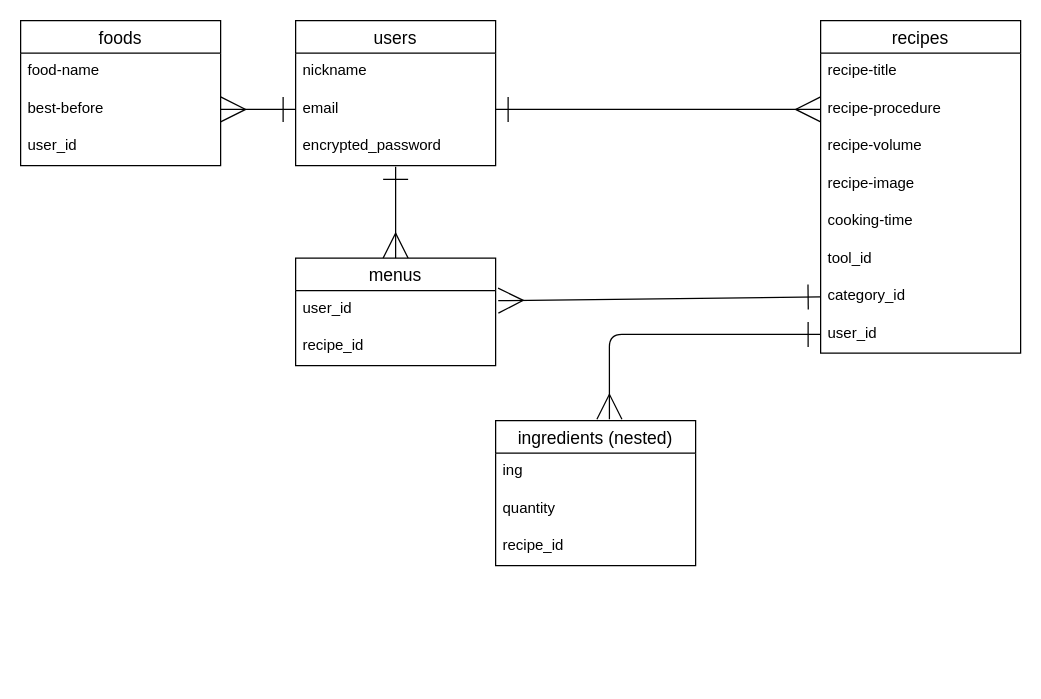
The draw.io diagram er.dio in mayumitanaka/original-app, before the edit. Source tidied: cells renumbered, new cells numbered last; positions are measured from the earlier drawing's top-left corner, leaving out a move shared by most shapes. Both pictures are drawn from the tidied source at 125%, with x=0, y=0 at pixel (20, 20).
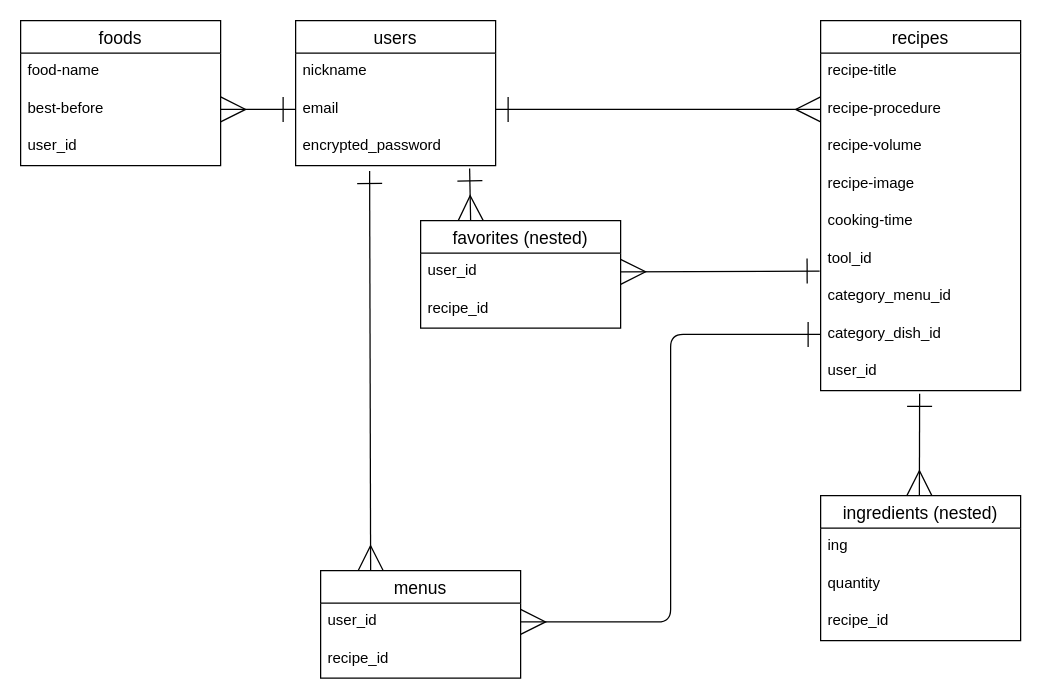
After the change.

Commit message (it also covers changes not shown here):
ER図、READMEの見直し

Unchanged cells that the change refers to:
```xml
<mxCell id="5" value="encrypted_password" style="text;strokeColor=none;fillColor=none;spacingLeft=4;spacingRight=4;overflow=hidden;points=[[0,0.5],[1,0.5]];portConstraint=eastwest;fontSize=12;" parent="2" vertex="1">
  <mxGeometry y="86" width="160" height="30" as="geometry" />
</mxCell>
<mxCell id="12" value="tool_id" style="text;strokeColor=none;fillColor=none;spacingLeft=4;spacingRight=4;overflow=hidden;points=[[0,0.5],[1,0.5]];portConstraint=eastwest;fontSize=12;" parent="6" vertex="1">
  <mxGeometry y="176" width="160" height="30" as="geometry" />
</mxCell>
<mxCell id="17" value="user_id" style="text;strokeColor=none;fillColor=none;spacingLeft=4;spacingRight=4;overflow=hidden;points=[[0,0.5],[1,0.5]];portConstraint=eastwest;fontSize=12;" parent="16" vertex="1">
  <mxGeometry y="26" width="160" height="30" as="geometry" />
</mxCell>
```

What changed in the source:
```diff
@@
     <mxCell id="6" value="recipes" style="swimlane;fontStyle=0;horizontal=1;startSize=26;align=center;fontSize=14;" parent="1" vertex="1">
-      <mxGeometry x="640" width="160" height="266" as="geometry" />
+      <mxGeometry x="640" width="160" height="296" as="geometry" />
     </mxCell>
@@
+    <mxCell id="31" value="category_menu_id" style="text;strokeColor=none;fillColor=none;spacingLeft=4;spacingRight=4;overflow=hidden;fontSize=12;" parent="6" vertex="1">
+      <mxGeometry y="206" width="160" height="30" as="geometry" />
+    </mxCell>
-    <mxCell id="13" value="category_id" style="text;strokeColor=none;fillColor=none;spacingLeft=4;spacingRight=4;overflow=hidden;points=[[0,0.5],[1,0.5]];portConstraint=eastwest;fontSize=12;" parent="6" vertex="1">
-      <mxGeometry y="206" width="160" height="30" as="geometry" />
+    <mxCell id="13" value="category_dish_id" style="text;strokeColor=none;fillColor=none;spacingLeft=4;spacingRight=4;overflow=hidden;points=[[0,0.5],[1,0.5]];portConstraint=eastwest;fontSize=12;" parent="6" vertex="1">
+      <mxGeometry y="236" width="160" height="30" as="geometry" />
     </mxCell>
     <mxCell id="14" value="user_id" style="text;strokeColor=none;fillColor=none;spacingLeft=4;spacingRight=4;overflow=hidden;points=[[0,0.5],[1,0.5]];portConstraint=eastwest;fontSize=12;" parent="6" vertex="1">
-      <mxGeometry y="236" width="160" height="30" as="geometry" />
+      <mxGeometry y="266" width="160" height="30" as="geometry" />
     </mxCell>
-    <mxCell id="15" style="edgeStyle=none;html=1;entryX=0.5;entryY=1.033;entryDx=0;entryDy=0;entryPerimeter=0;startArrow=ERmany;startFill=0;endArrow=ERone;endFill=0;startSize=18;endSize=18;" parent="1" edge="1" target="5">
-      <mxGeometry relative="1" as="geometry">
-        <mxPoint x="300" y="190" as="sourcePoint" />
-      </mxGeometry>
-    </mxCell>
+    <mxCell id="32" style="edgeStyle=none;html=1;exitX=0.25;exitY=0;exitDx=0;exitDy=0;entryX=0.37;entryY=1.144;entryDx=0;entryDy=0;entryPerimeter=0;startArrow=ERmany;startFill=0;endArrow=ERone;endFill=0;startSize=18;endSize=18;" parent="1" edge="1" source="16" target="5">
+      <mxGeometry relative="1" as="geometry" />
+    </mxCell>
     <mxCell id="16" value="menus" style="swimlane;fontStyle=0;horizontal=1;startSize=26;align=center;fontSize=14;" parent="1" vertex="1">
-      <mxGeometry x="220" y="190" width="160" height="86" as="geometry" />
+      <mxGeometry x="240" y="440" width="160" height="86" as="geometry" />
     </mxCell>
@@
     <mxCell id="25" value="ingredients (nested)" style="swimlane;fontStyle=0;horizontal=1;startSize=26;align=center;fontSize=14;" parent="1" vertex="1">
-      <mxGeometry x="380" y="320" width="160" height="116" as="geometry" />
+      <mxGeometry x="640" y="380" width="160" height="116" as="geometry" />
     </mxCell>
@@
-    <mxCell id="29" style="edgeStyle=none;html=1;exitX=0;exitY=0.5;exitDx=0;exitDy=0;entryX=0.569;entryY=-0.009;entryDx=0;entryDy=0;entryPerimeter=0;endArrow=ERmany;endFill=0;startArrow=ERone;startFill=0;endSize=18;startSize=18;" parent="1" edge="1" source="14" target="25">
-      <mxGeometry relative="1" as="geometry">
-        <Array as="points">
-          <mxPoint x="471" y="251" />
-        </Array>
-      </mxGeometry>
-    </mxCell>
-    <mxCell id="30" style="edgeStyle=none;html=1;exitX=0;exitY=0.5;exitDx=0;exitDy=0;entryX=1.013;entryY=0.267;entryDx=0;entryDy=0;entryPerimeter=0;startArrow=ERone;startFill=0;endArrow=ERmany;endFill=0;startSize=18;endSize=18;" parent="1" edge="1" source="13" target="17">
-      <mxGeometry relative="1" as="geometry" />
-    </mxCell>
+    <mxCell id="33" style="edgeStyle=none;html=1;entryX=0.495;entryY=1.085;entryDx=0;entryDy=0;entryPerimeter=0;startArrow=ERmany;startFill=0;endArrow=ERone;endFill=0;endSize=18;startSize=18;" parent="1" edge="1" target="14">
+      <mxGeometry relative="1" as="geometry">
+        <mxPoint x="719" y="380" as="sourcePoint" />
+      </mxGeometry>
+    </mxCell>
+    <mxCell id="34" style="edgeStyle=none;html=1;exitX=0.25;exitY=0;exitDx=0;exitDy=0;entryX=0.87;entryY=1.074;entryDx=0;entryDy=0;entryPerimeter=0;startArrow=ERmany;startFill=0;endArrow=ERone;endFill=0;startSize=18;endSize=18;" parent="1" edge="1" source="35" target="5">
+      <mxGeometry relative="1" as="geometry" />
+    </mxCell>
+    <mxCell id="35" value="favorites (nested)" style="swimlane;fontStyle=0;horizontal=1;startSize=26;align=center;fontSize=14;" parent="1" vertex="1">
+      <mxGeometry x="320" y="160" width="160" height="86" as="geometry" />
+    </mxCell>
+    <mxCell id="36" value="user_id" style="text;strokeColor=none;fillColor=none;spacingLeft=4;spacingRight=4;overflow=hidden;points=[[0,0.5],[1,0.5]];portConstraint=eastwest;fontSize=12;" parent="35" vertex="1">
+      <mxGeometry y="26" width="160" height="30" as="geometry" />
+    </mxCell>
+    <mxCell id="37" value="recipe_id" style="text;strokeColor=none;fillColor=none;spacingLeft=4;spacingRight=4;overflow=hidden;fontSize=12;" parent="35" vertex="1">
+      <mxGeometry y="56" width="160" height="30" as="geometry" />
+    </mxCell>
+    <mxCell id="38" style="edgeStyle=none;html=1;exitX=1;exitY=0.5;exitDx=0;exitDy=0;entryX=0;entryY=0.5;entryDx=0;entryDy=0;startArrow=ERmany;startFill=0;endArrow=ERone;endFill=0;startSize=18;endSize=18;" parent="1" edge="1" source="17" target="13">
+      <mxGeometry relative="1" as="geometry">
+        <Array as="points">
+          <mxPoint x="520" y="481" />
+          <mxPoint x="520" y="251" />
+        </Array>
+      </mxGeometry>
+    </mxCell>
+    <mxCell id="39" style="edgeStyle=none;html=1;exitX=1;exitY=0.5;exitDx=0;exitDy=0;entryX=-0.005;entryY=0.811;entryDx=0;entryDy=0;entryPerimeter=0;startArrow=ERmany;startFill=0;endArrow=ERone;endFill=0;startSize=18;endSize=18;" parent="1" edge="1" source="36" target="12">
+      <mxGeometry relative="1" as="geometry" />
+    </mxCell>
```
